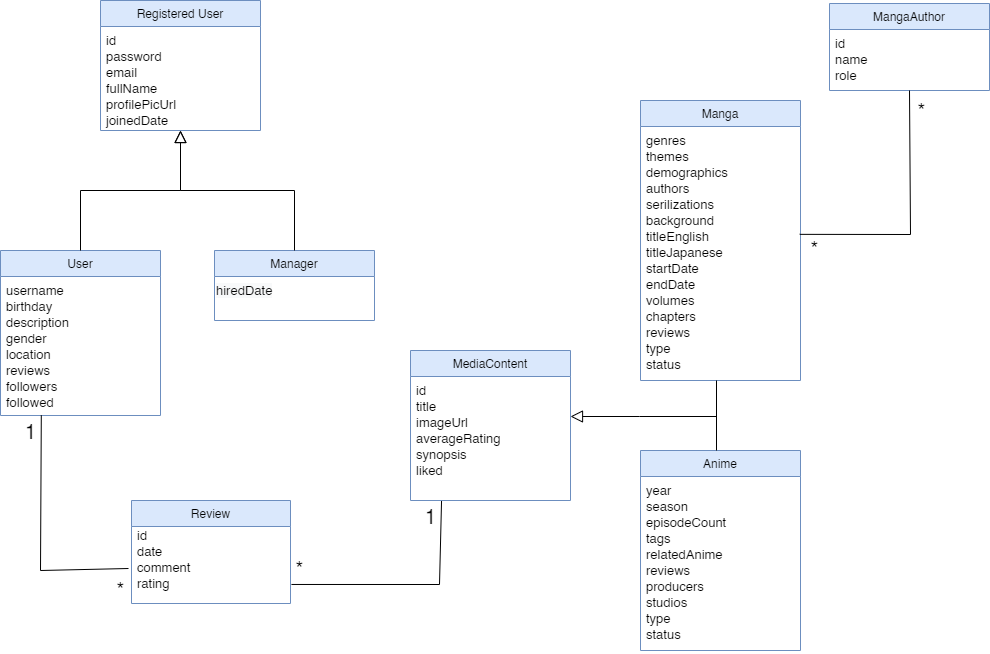
Earlier version of the draw.io export documentation/Media/Class Diagram.png (f-messina/MangaVerse). Source tidied: cells renumbered, new cells last; positions are measured from the earlier drawing's top-left corner, leaving out a move shared by most shapes.
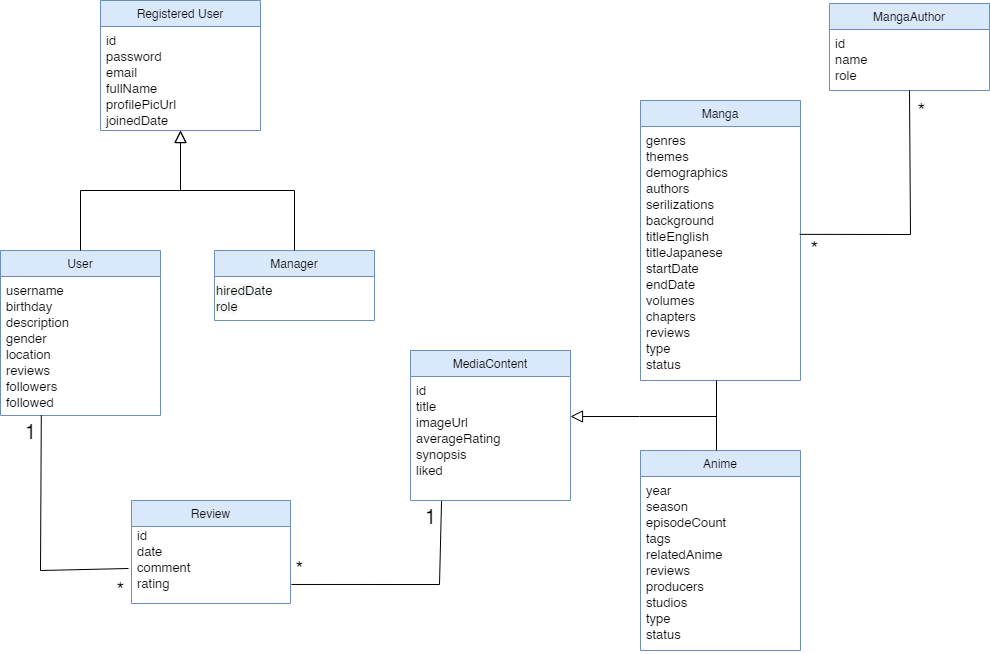
After the change.

The edit, as a diff of the source:
```diff
@@ -20,8 +20,8 @@
     <mxCell id="7" value="Manager" style="swimlane;fontStyle=0;align=center;verticalAlign=top;horizontal=1;startSize=26;rounded=0;shadow=0;strokeWidth=1;fillColor=#dae8fc;strokeColor=#6c8ebf;" parent="1" vertex="1">
       <mxGeometry x="214" y="250" width="160" height="70" as="geometry" />
     </mxCell>
-    <mxCell id="8" value="&lt;font face=&quot;Helvetica, VP Default&quot;&gt;&lt;span style=&quot;font-size: 13px; background-color: rgb(248, 249, 250);&quot;&gt;hiredDate&lt;/span&gt;&lt;/font&gt;" style="text;whiteSpace=wrap;html=1;" parent="7" vertex="1">
-      <mxGeometry y="26" width="160" height="25" as="geometry" />
+    <mxCell id="8" value="&lt;font face=&quot;Helvetica, VP Default&quot;&gt;&lt;span style=&quot;font-size: 13px; background-color: rgb(248, 249, 250);&quot;&gt;hiredDate&lt;/span&gt;&lt;/font&gt;&lt;div&gt;&lt;font face=&quot;Helvetica, VP Default&quot;&gt;&lt;span style=&quot;font-size: 13px; background-color: rgb(248, 249, 250);&quot;&gt;role&lt;/span&gt;&lt;/font&gt;&lt;/div&gt;" style="text;whiteSpace=wrap;html=1;" parent="7" vertex="1">
+      <mxGeometry y="26" width="160" height="39" as="geometry" />
     </mxCell>
     <mxCell id="9" style="endArrow=block;endSize=10;endFill=0;shadow=0;strokeWidth=1;rounded=0;curved=0;edgeStyle=elbowEdgeStyle;elbow=vertical;" parent="1" edge="1" source="7" target="2">
       <mxGeometry relative="1" as="geometry" />
```
